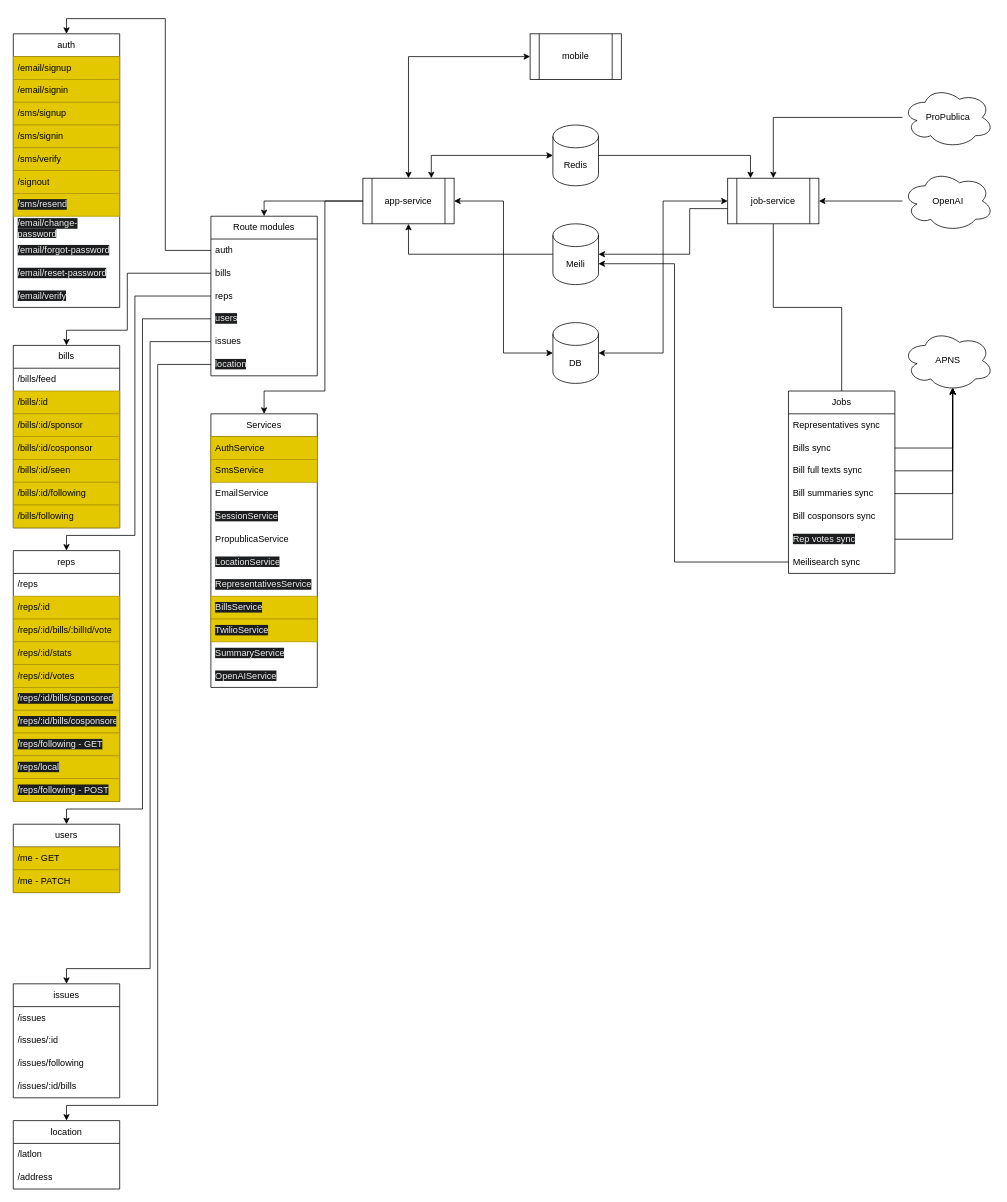
Breakdown/breakdown-services keeps this draw.io diagram as architecture/Architecture.drawio. Above is the earlier version. Source tidied: cells renumbered, new cells numbered last; positions are measured from the earlier drawing's top-left corner, leaving out a move shared by most shapes. Both pictures are drawn from the tidied source at 76%, with x=0, y=0 at pixel (13, 33).
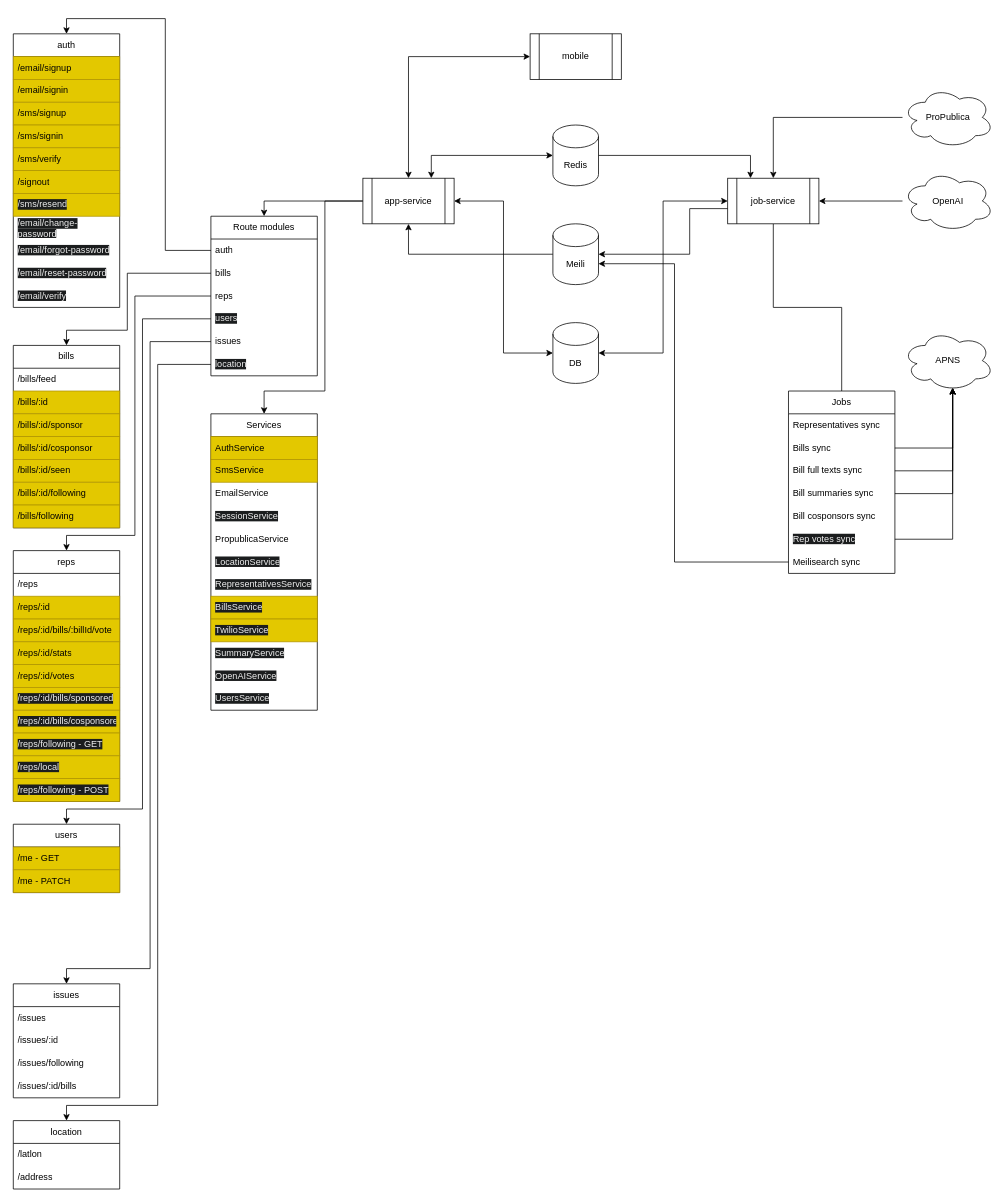
The same page after the edit.

Diff of the diagram source:
```diff
@@
     <mxCell id="91" value="Services" style="swimlane;fontStyle=0;horizontal=1;startSize=30;whiteSpace=wrap;html=1;" parent="1" vertex="1">
-      <mxGeometry x="260" y="500" width="140" height="360" as="geometry" />
+      <mxGeometry x="260" y="500" width="140" height="390" as="geometry" />
     </mxCell>
@@
+    <mxCell id="103" value="&lt;span style=&quot;color: rgb(240, 240, 240); font-family: Helvetica; font-size: 12px; font-style: normal; font-variant-ligatures: normal; font-variant-caps: normal; font-weight: 400; letter-spacing: normal; orphans: 2; text-align: left; text-indent: 0px; text-transform: none; widows: 2; word-spacing: 0px; -webkit-text-stroke-width: 0px; background-color: rgb(27, 29, 30); text-decoration-thickness: initial; text-decoration-style: initial; text-decoration-color: initial; float: none; display: inline !important;&quot;&gt;UsersService&lt;br&gt;&lt;/span&gt;" style="text;strokeColor=none;fillColor=none;align=left;verticalAlign=middle;spacingLeft=4;spacingRight=4;overflow=hidden;whiteSpace=wrap;html=1;" parent="91" vertex="1">
+      <mxGeometry y="360" width="140" height="30" as="geometry" />
+    </mxCell>
```
